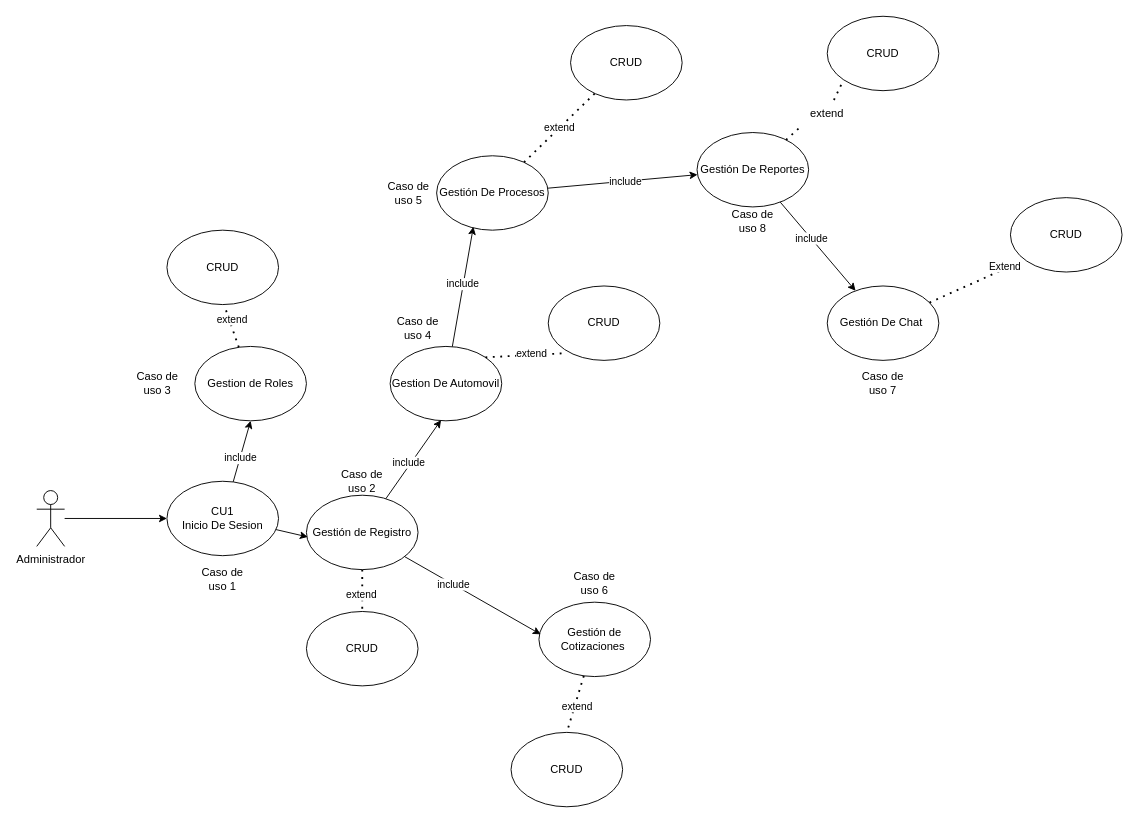
Above: page "Administrador" (2 of 4) of Diagrama General FPC.drawio in Zarpien06/ADSO-FPC (draw.io), before the change. Source tidied: cells renumbered, new cells numbered last; positions are measured from the earlier drawing's top-left corner, leaving out a move shared by most shapes. Both pictures are drawn from the tidied source at 93%, with x=0, y=0 at pixel (36, 16).
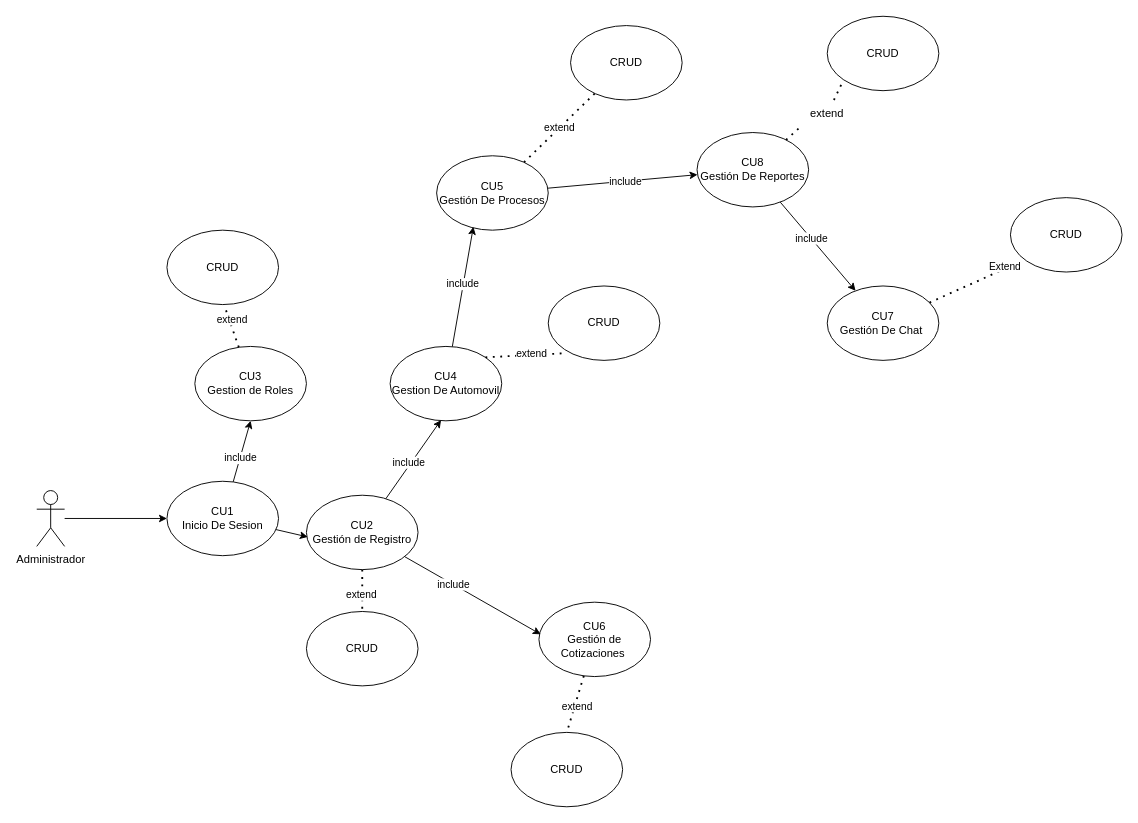
The same page after the edit.

What changed in the source:
```diff
@@
-    <mxCell id="4" value="Gestión de Registro" style="ellipse;whiteSpace=wrap;html=1;" parent="1" vertex="1">
+    <mxCell id="4" value="CU2&lt;div&gt;Gestión de Registro&lt;/div&gt;" style="ellipse;whiteSpace=wrap;html=1;" parent="1" vertex="1">
       <mxGeometry x="290" y="515" width="120" height="80" as="geometry" />
     </mxCell>
-    <mxCell id="5" value="Gestion De Automovil" style="ellipse;whiteSpace=wrap;html=1;" parent="1" vertex="1">
+    <mxCell id="5" value="CU4&lt;div&gt;Gestion De Automovil&lt;/div&gt;" style="ellipse;whiteSpace=wrap;html=1;" parent="1" vertex="1">
       <mxGeometry x="380" y="355" width="120" height="80" as="geometry" />
     </mxCell>
-    <mxCell id="6" value="&lt;span style=&quot;background-color: initial;&quot;&gt;Gestion de Roles&lt;/span&gt;" style="ellipse;whiteSpace=wrap;html=1;" parent="1" vertex="1">
+    <mxCell id="6" value="&lt;span style=&quot;background-color: initial;&quot;&gt;CU3&lt;/span&gt;&lt;div&gt;&lt;span style=&quot;background-color: initial;&quot;&gt;Gestion de Roles&lt;/span&gt;&lt;/div&gt;" style="ellipse;whiteSpace=wrap;html=1;" parent="1" vertex="1">
       <mxGeometry x="170" y="355" width="120" height="80" as="geometry" />
     </mxCell>
-    <mxCell id="7" value="Gestión De Procesos" style="ellipse;whiteSpace=wrap;html=1;" parent="1" vertex="1">
+    <mxCell id="7" value="CU5&lt;div&gt;Gestión De Procesos&lt;/div&gt;" style="ellipse;whiteSpace=wrap;html=1;" parent="1" vertex="1">
       <mxGeometry x="430" y="150" width="120" height="80" as="geometry" />
     </mxCell>
-    <mxCell id="8" value="Gestión de Cotizaciones&amp;nbsp;" style="ellipse;whiteSpace=wrap;html=1;" parent="1" vertex="1">
+    <mxCell id="8" value="CU6&lt;div&gt;Gestión de Cotizaciones&amp;nbsp;&lt;/div&gt;" style="ellipse;whiteSpace=wrap;html=1;" parent="1" vertex="1">
       <mxGeometry x="540" y="630" width="120" height="80" as="geometry" />
     </mxCell>
-    <mxCell id="9" value="Gestión De Chat&amp;nbsp;" style="ellipse;whiteSpace=wrap;html=1;" parent="1" vertex="1">
+    <mxCell id="9" value="CU7&lt;div&gt;Gestión De Chat&amp;nbsp;&lt;/div&gt;" style="ellipse;whiteSpace=wrap;html=1;" parent="1" vertex="1">
       <mxGeometry x="850" y="290" width="120" height="80" as="geometry" />
     </mxCell>
-    <mxCell id="10" value="Gestión De Reportes" style="ellipse;whiteSpace=wrap;html=1;" parent="1" vertex="1">
+    <mxCell id="10" value="CU8&lt;div&gt;Gestión De Reportes&lt;/div&gt;" style="ellipse;whiteSpace=wrap;html=1;" parent="1" vertex="1">
       <mxGeometry x="710" y="125" width="120" height="80" as="geometry" />
     </mxCell>
@@
-    <mxCell id="26" value="Caso de uso 1" style="text;html=1;align=center;verticalAlign=middle;whiteSpace=wrap;rounded=0;" parent="1" vertex="1">
-      <mxGeometry x="170" y="590" width="60" height="30" as="geometry" />
-    </mxCell>
-    <mxCell id="27" value="Caso de uso 2" style="text;html=1;align=center;verticalAlign=middle;whiteSpace=wrap;rounded=0;" parent="1" vertex="1">
-      <mxGeometry x="320" y="485" width="60" height="30" as="geometry" />
-    </mxCell>
-    <mxCell id="28" value="Caso de uso 3" style="text;html=1;align=center;verticalAlign=middle;whiteSpace=wrap;rounded=0;" parent="1" vertex="1">
-      <mxGeometry x="100" y="380" width="60" height="30" as="geometry" />
-    </mxCell>
-    <mxCell id="29" value="Caso de uso 4" style="text;html=1;align=center;verticalAlign=middle;whiteSpace=wrap;rounded=0;" parent="1" vertex="1">
-      <mxGeometry x="380" y="320" width="60" height="30" as="geometry" />
-    </mxCell>
-    <mxCell id="30" value="Caso de uso 5" style="text;html=1;align=center;verticalAlign=middle;whiteSpace=wrap;rounded=0;" parent="1" vertex="1">
-      <mxGeometry x="370" y="175" width="60" height="30" as="geometry" />
-    </mxCell>
-    <mxCell id="31" value="Caso de uso 6" style="text;html=1;align=center;verticalAlign=middle;whiteSpace=wrap;rounded=0;" parent="1" vertex="1">
-      <mxGeometry x="570" y="595" width="60" height="30" as="geometry" />
-    </mxCell>
-    <mxCell id="32" value="Caso de uso 7" style="text;html=1;align=center;verticalAlign=middle;whiteSpace=wrap;rounded=0;" parent="1" vertex="1">
-      <mxGeometry x="880" y="380" width="60" height="30" as="geometry" />
-    </mxCell>
-    <mxCell id="33" value="Caso de uso 8" style="text;html=1;align=center;verticalAlign=middle;whiteSpace=wrap;rounded=0;" parent="1" vertex="1">
-      <mxGeometry x="740" y="205" width="60" height="30" as="geometry" />
-    </mxCell>
```
